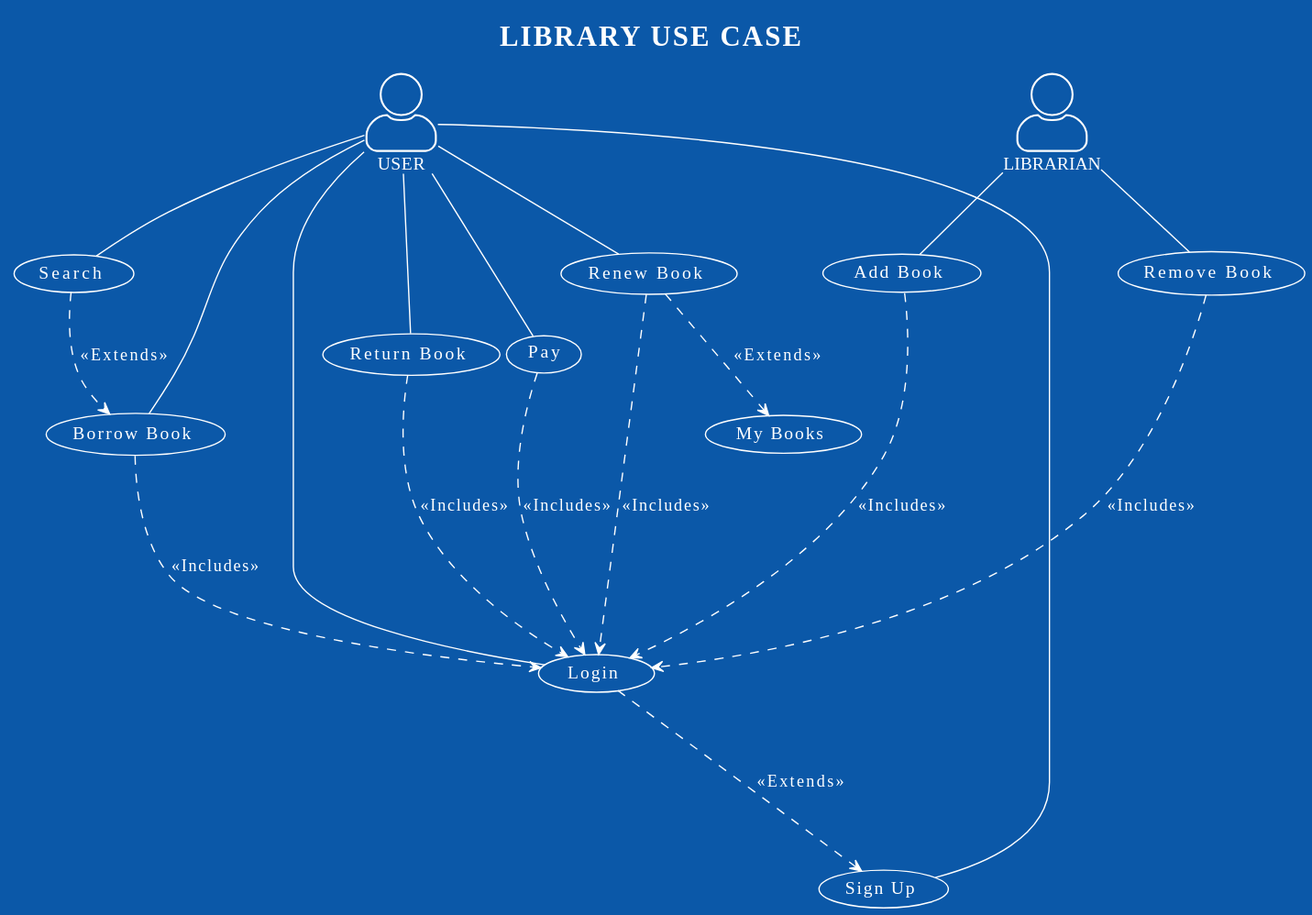
This is use-case/use-case-diagram.svg from Gabe-Alvess/LibraryAppDiagrams, a PlantUML export, as it was before one commit.
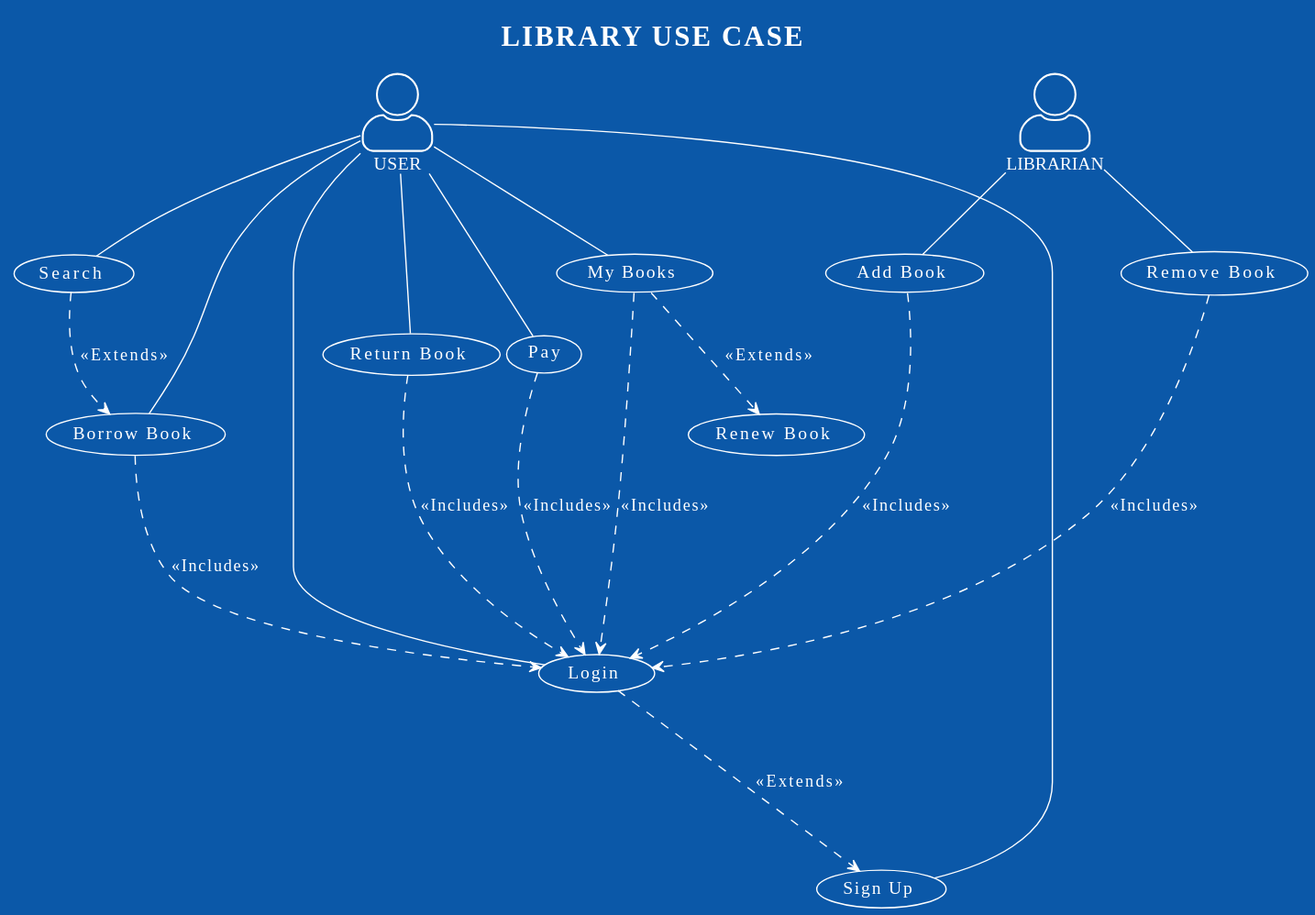
After the change.

Change to the diagram source:
```diff
@@ -21,16 +21,16 @@
 user -- login
 user -- search
 user -- borrowBook
-user -- renewBook
+user -- myBooks
 user -- returnBook
 user -- pay
 
 search ..> borrowBook : <<Extends>>
-renewBook ..> myBooks : <<Extends>>
+myBooks ..> renewBook : <<Extends>>
 login ...> signUp : <<Extends>>
 
 borrowBook ...> login : <<Includes>>
-renewBook ...> login : <<Includes>>
+myBooks ...> login : <<Includes>>
 returnBook ...> login : <<Includes>>
 pay ...> login : <<Includes>>
 
```
